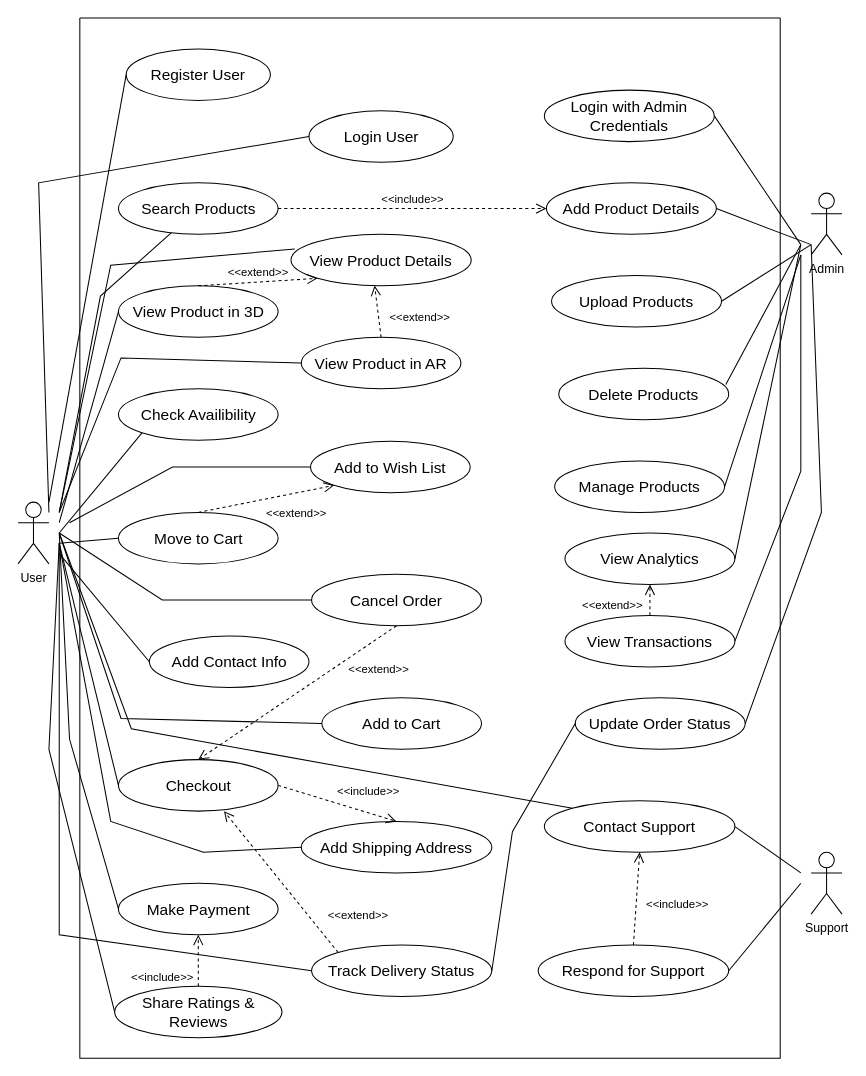
v1kasjaiswal/UnrealFurniture keeps this draw.io diagram as useCase.drawio. Above is the earlier version. Source tidied: cells renumbered, new cells numbered last; positions are measured from the earlier drawing's top-left corner, leaving out a move shared by most shapes. Both pictures are drawn from the tidied source at 103%, with x=0, y=0 at pixel (18, 18).
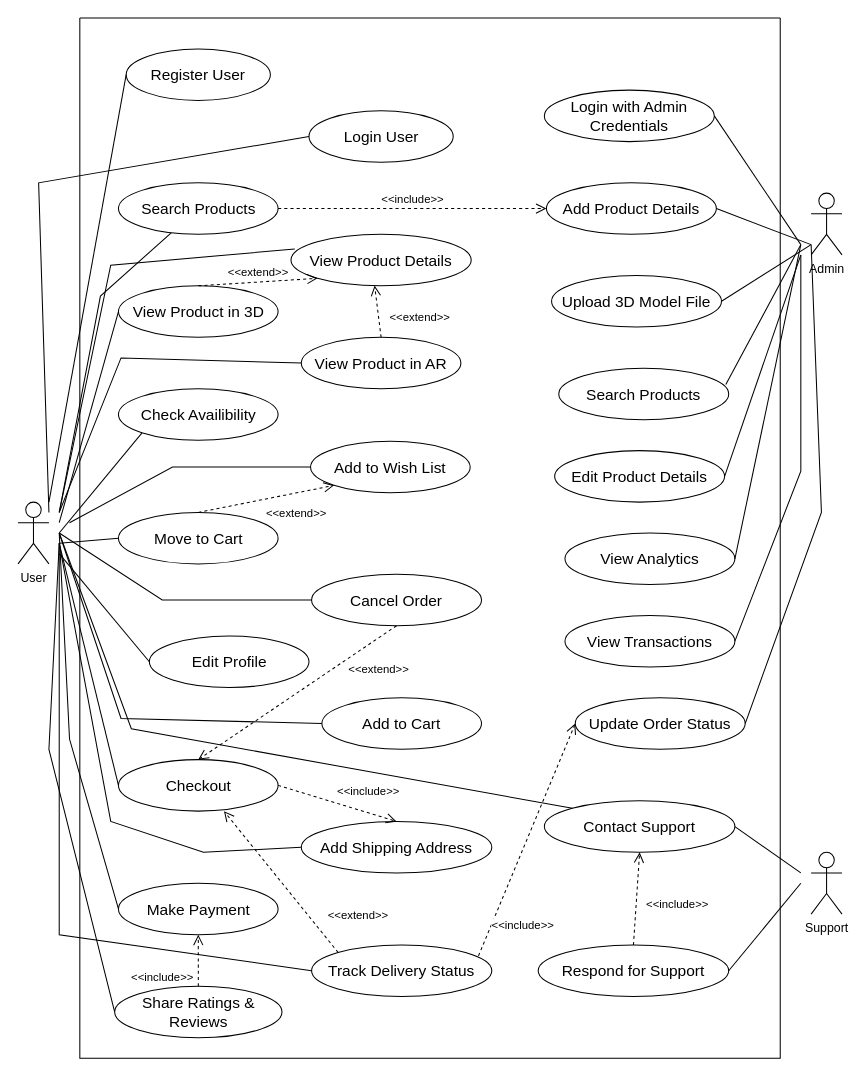
Above is the later version.

The change refers to these unchanged cells:
```xml
<mxCell id="2" style="swimlane;startSize=0;" parent="1" vertex="1">
  <mxGeometry x="60" width="680" height="1010" as="geometry" />
</mxCell>
<mxCell id="17" value="&lt;span style=&quot;font-size: 15px;&quot;&gt;Track Delivery Status&lt;/span&gt;" style="ellipse;whiteSpace=wrap;html=1;" parent="2" vertex="1">
  <mxGeometry x="225" y="900" width="175" height="50" as="geometry" />
</mxCell>
<mxCell id="27" value="&lt;span style=&quot;font-size: 15px;&quot;&gt;View Analytics&lt;/span&gt;" style="ellipse;whiteSpace=wrap;html=1;" parent="2" vertex="1">
  <mxGeometry x="471" y="500" width="165" height="50" as="geometry" />
</mxCell>
<mxCell id="28" value="&lt;span style=&quot;font-size: 15px;&quot;&gt;View Transactions&lt;/span&gt;" style="ellipse;whiteSpace=wrap;html=1;" parent="2" vertex="1">
  <mxGeometry x="471" y="580" width="165" height="50" as="geometry" />
</mxCell>
<mxCell id="39" value="&lt;span style=&quot;font-size: 15px;&quot;&gt;Update Order Status&lt;/span&gt;" style="ellipse;whiteSpace=wrap;html=1;" parent="2" vertex="1">
  <mxGeometry x="481" y="660" width="165" height="50" as="geometry" />
</mxCell>
```

What changed in the source:
```diff
@@
-    <mxCell id="14" value="&lt;span style=&quot;font-size: 15px;&quot;&gt;Add Contact Info&lt;/span&gt;" style="ellipse;whiteSpace=wrap;html=1;" parent="2" vertex="1">
+    <mxCell id="14" value="&lt;span style=&quot;font-size: 15px;&quot;&gt;Edit Profile&lt;/span&gt;" style="ellipse;whiteSpace=wrap;html=1;" parent="2" vertex="1">
       <mxGeometry x="67.5" y="600" width="155" height="50" as="geometry" />
     </mxCell>
@@
-    <mxCell id="21" value="&lt;span style=&quot;font-size: 15px;&quot;&gt;Upload Products&lt;/span&gt;" style="ellipse;whiteSpace=wrap;html=1;" parent="2" vertex="1">
+    <mxCell id="21" value="&lt;span style=&quot;font-size: 15px;&quot;&gt;Upload 3D Model File&lt;/span&gt;" style="ellipse;whiteSpace=wrap;html=1;" parent="2" vertex="1">
       <mxGeometry x="458" y="250" width="165" height="50" as="geometry" />
     </mxCell>
-    <mxCell id="22" value="&lt;span style=&quot;font-size: 15px;&quot;&gt;Delete Products&lt;/span&gt;" style="ellipse;whiteSpace=wrap;html=1;" parent="2" vertex="1">
+    <mxCell id="22" value="&lt;span style=&quot;font-size: 15px;&quot;&gt;Search Products&lt;/span&gt;" style="ellipse;whiteSpace=wrap;html=1;" parent="2" vertex="1">
       <mxGeometry x="465" y="340" width="165" height="50" as="geometry" />
     </mxCell>
-    <mxCell id="23" value="&lt;span style=&quot;font-size: 15px;&quot;&gt;Manage Products&lt;/span&gt;" style="ellipse;whiteSpace=wrap;html=1;" parent="2" vertex="1">
-      <mxGeometry x="461" y="430" width="165" height="50" as="geometry" />
+    <mxCell id="23" value="&lt;span style=&quot;font-size: 15px;&quot;&gt;Edit Product Details&lt;/span&gt;" style="ellipse;whiteSpace=wrap;html=1;" parent="2" vertex="1">
+      <mxGeometry x="461" y="420" width="165" height="50" as="geometry" />
     </mxCell>
@@
-    <mxCell id="37" value="&amp;lt;&amp;lt;extend&amp;gt;&amp;gt;" style="html=1;verticalAlign=bottom;endArrow=open;dashed=1;endSize=8;curved=0;rounded=0;entryX=0.5;entryY=1;entryDx=0;entryDy=0;exitX=0.5;exitY=0;exitDx=0;exitDy=0;" parent="2" edge="1" source="28" target="27">
-      <mxGeometry x="-0.94" y="37" relative="1" as="geometry" />
-    </mxCell>
@@
-    <mxCell id="40" style="endArrow=none;html=1;rounded=0;entryX=0;entryY=0.5;entryDx=0;entryDy=0;exitX=1;exitY=0.5;exitDx=0;exitDy=0;" parent="2" edge="1" source="17" target="39">
-      <mxGeometry relative="1" as="geometry">
-        <Array as="points">
-          <mxPoint x="420" y="790" />
-        </Array>
-      </mxGeometry>
+    <mxCell id="40" value="&amp;lt;&amp;lt;include&amp;gt;&amp;gt;" style="html=1;verticalAlign=bottom;endArrow=open;dashed=1;endSize=8;curved=0;rounded=0;entryX=0;entryY=0.5;entryDx=0;entryDy=0;exitX=0.926;exitY=0.21;exitDx=0;exitDy=0;exitPerimeter=0;" parent="2" edge="1" source="17" target="39">
+      <mxGeometry x="-0.71" y="-32" relative="1" as="geometry" />
     </mxCell>
```
